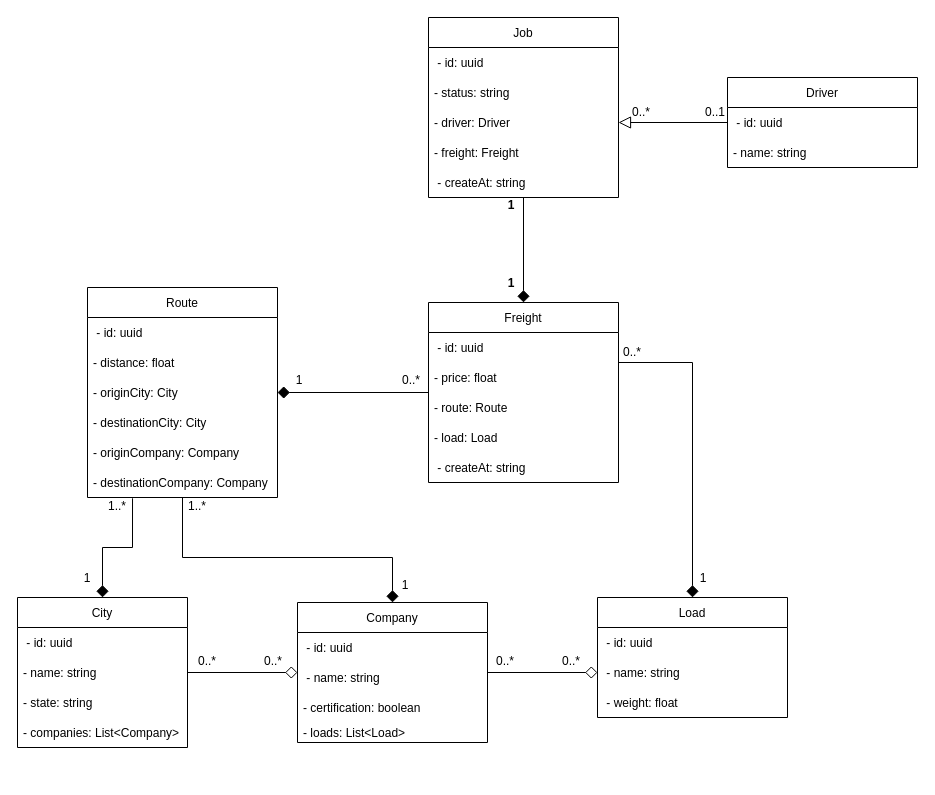
The draw.io diagram diagramaDeClasse-TecnologiaEmDesenvolvimentoDeSistemas.drawio in rafaelomodei/meufrete, before the edit. Source tidied: cells renumbered, new cells numbered last; positions are measured from the earlier drawing's top-left corner, leaving out a move shared by most shapes. Both pictures are drawn from the tidied source at 100%, with x=0, y=0 at pixel (17, 17).
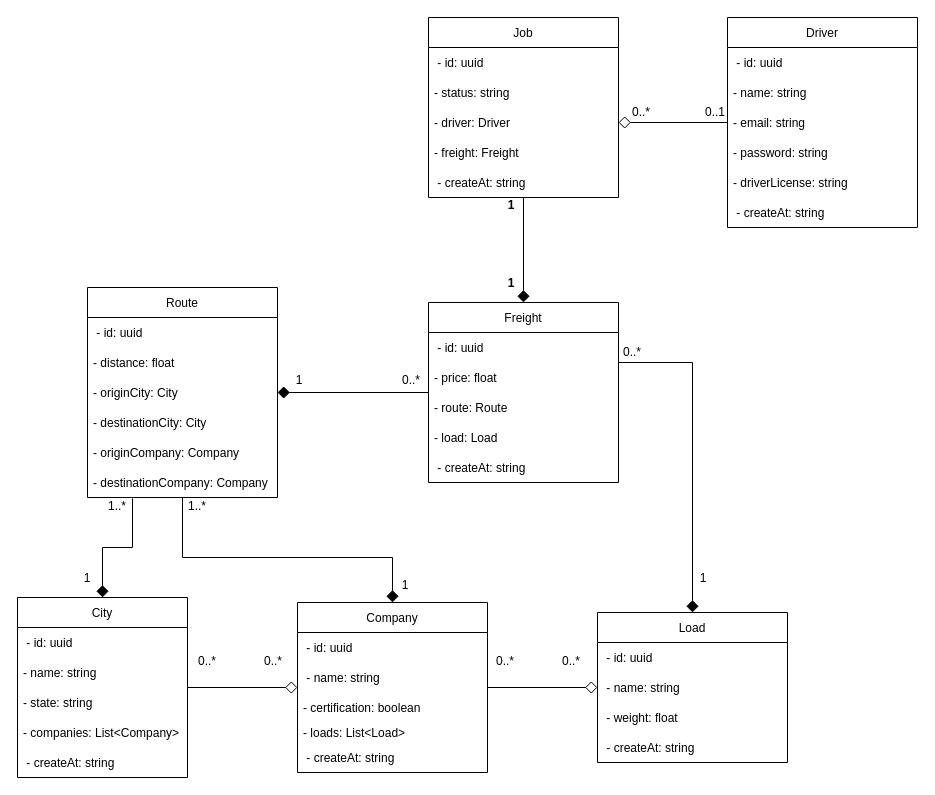
After the change.

The change refers to these unchanged cells:
```xml
<mxCell id="39" value="- driver: Driver" style="text;strokeColor=none;fillColor=none;align=left;verticalAlign=middle;spacingLeft=4;spacingRight=4;overflow=hidden;points=[[0,0.5],[1,0.5]];portConstraint=eastwest;" parent="36" vertex="1">
  <mxGeometry y="90" width="190" height="30" as="geometry" />
</mxCell>
```

Diff of the diagram source:
```diff
@@
     <mxCell id="3" value="Company" style="swimlane;fontStyle=0;horizontal=1;startSize=30;" parent="1" vertex="1">
-      <mxGeometry x="280" y="585" width="190" height="140" as="geometry" />
+      <mxGeometry x="280" y="585" width="190" height="170" as="geometry" />
     </mxCell>
@@
+    <mxCell id="62" value=" - createAt: string" style="text;strokeColor=none;fillColor=none;align=left;verticalAlign=middle;spacingLeft=4;spacingRight=4;overflow=hidden;" parent="3" vertex="1">
+      <mxGeometry y="140" width="190" height="30" as="geometry" />
+    </mxCell>
     <mxCell id="8" value="Load" style="swimlane;fontStyle=0;horizontal=1;startSize=30;" parent="1" vertex="1">
-      <mxGeometry x="580" y="580" width="190" height="120" as="geometry" />
+      <mxGeometry x="580" y="595" width="190" height="150" as="geometry" />
     </mxCell>
@@
+    <mxCell id="63" value=" - createAt: string" style="text;strokeColor=none;fillColor=none;align=left;verticalAlign=middle;spacingLeft=4;spacingRight=4;overflow=hidden;" parent="8" vertex="1">
+      <mxGeometry y="120" width="190" height="30" as="geometry" />
+    </mxCell>
@@
     <mxCell id="13" value="City" style="swimlane;fontStyle=0;horizontal=1;startSize=30;" parent="1" vertex="1">
-      <mxGeometry y="580" width="170" height="150" as="geometry" />
+      <mxGeometry y="580" width="170" height="180" as="geometry" />
     </mxCell>
@@
+    <mxCell id="64" value=" - createAt: string" style="text;strokeColor=none;fillColor=none;align=left;verticalAlign=middle;spacingLeft=4;spacingRight=4;overflow=hidden;" parent="13" vertex="1">
+      <mxGeometry y="150" width="170" height="30" as="geometry" />
+    </mxCell>
@@
-    <mxCell id="42" style="edgeStyle=orthogonalEdgeStyle;rounded=0;jettySize=auto;html=1;entryX=1;entryY=0.5;entryDx=0;entryDy=0;endArrow=block;endFill=0;endSize=10;strokeWidth=1;" parent="1" edge="1" source="43" target="39">
+    <mxCell id="42" style="edgeStyle=orthogonalEdgeStyle;rounded=0;jettySize=auto;html=1;entryX=1;entryY=0.5;entryDx=0;entryDy=0;endArrow=diamond;endFill=0;endSize=10;strokeWidth=1;" parent="1" edge="1" source="43" target="39">
       <mxGeometry relative="1" as="geometry" />
     </mxCell>
     <mxCell id="43" value="Driver" style="swimlane;fontStyle=0;horizontal=1;startSize=30;" parent="1" vertex="1">
-      <mxGeometry x="710" y="60" width="190" height="90" as="geometry" />
+      <mxGeometry x="710" width="190" height="210" as="geometry" />
     </mxCell>
@@
+    <mxCell id="65" value="- email: string" style="text;strokeColor=none;fillColor=none;align=left;verticalAlign=middle;spacingLeft=4;spacingRight=4;overflow=hidden;" parent="43" vertex="1">
+      <mxGeometry y="90" width="190" height="30" as="geometry" />
+    </mxCell>
+    <mxCell id="66" value="- password: string" style="text;strokeColor=none;fillColor=none;align=left;verticalAlign=middle;spacingLeft=4;spacingRight=4;overflow=hidden;" parent="43" vertex="1">
+      <mxGeometry y="120" width="190" height="30" as="geometry" />
+    </mxCell>
+    <mxCell id="67" value="- driverLicense: string" style="text;strokeColor=none;fillColor=none;align=left;verticalAlign=middle;spacingLeft=4;spacingRight=4;overflow=hidden;" parent="43" vertex="1">
+      <mxGeometry y="150" width="190" height="30" as="geometry" />
+    </mxCell>
+    <mxCell id="68" value=" - createAt: string" style="text;strokeColor=none;fillColor=none;align=left;verticalAlign=middle;spacingLeft=4;spacingRight=4;overflow=hidden;" parent="43" vertex="1">
+      <mxGeometry y="180" width="190" height="30" as="geometry" />
+    </mxCell>
```
